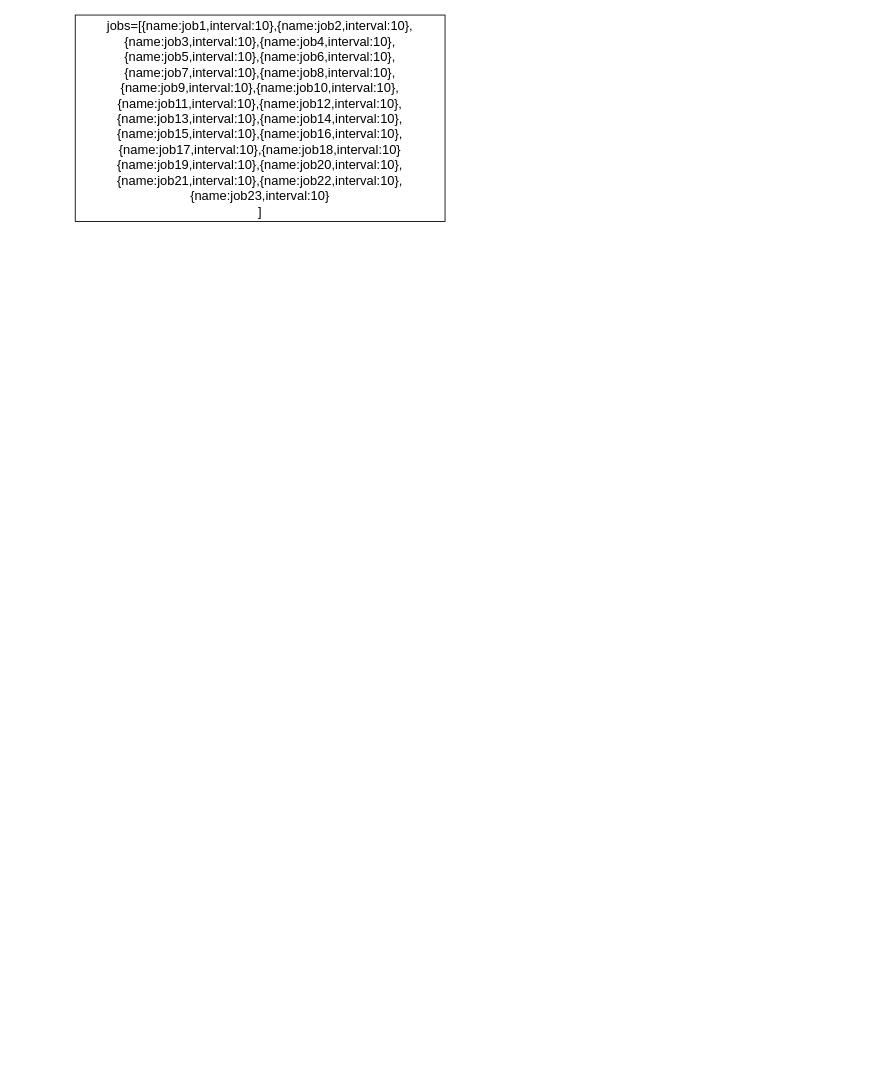
Before: diagram_work_schesuler.drawio in haanhtuan0147/tailieu, a draw.io diagram. Source tidied: cells renumbered, new cells numbered last; positions are measured from the earlier drawing's top-left corner, leaving out a move shared by most shapes. Both pictures are drawn from the tidied source at 86%, with x=0, y=0 at pixel (75, 15).
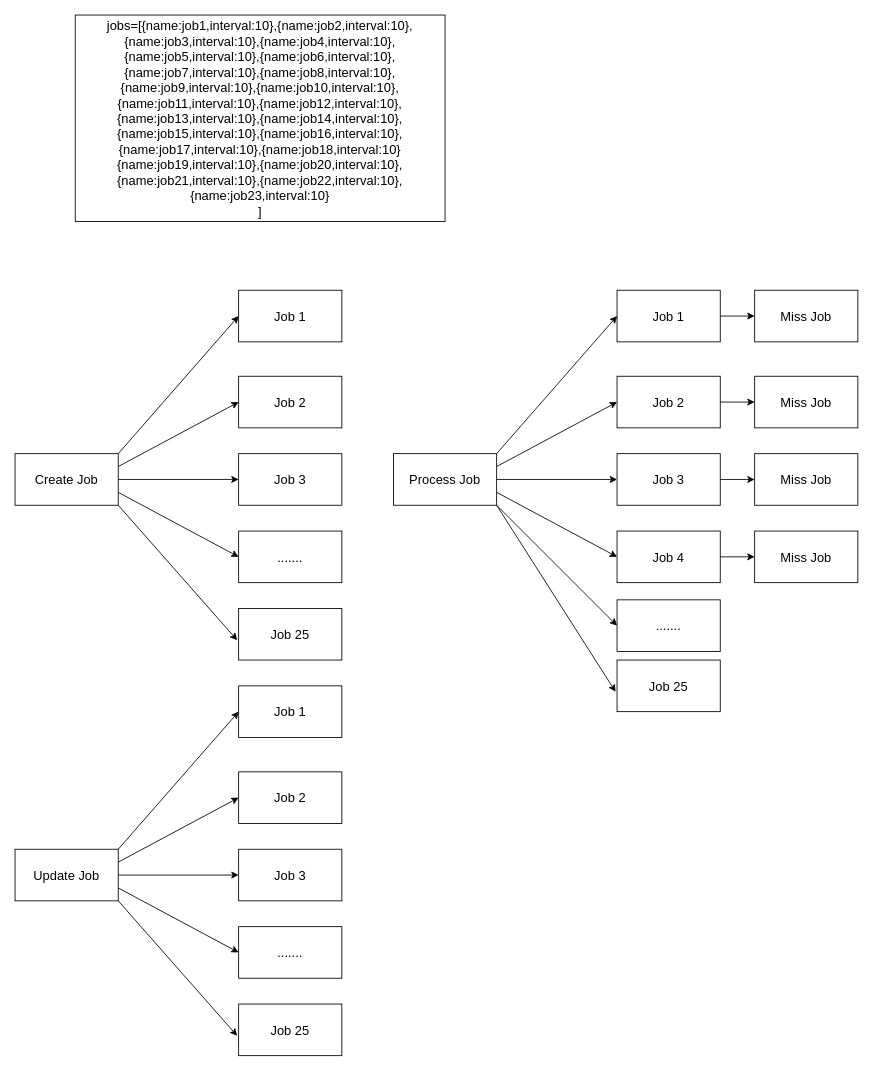
The same page after the edit.

The edit, as a diff of the source:
```diff
@@
+    <mxCell id="3" value="Create Job" style="rounded=0;whiteSpace=wrap;html=1;fontSize=15;" parent="1" vertex="1">
+      <mxGeometry x="-70" y="510" width="120" height="60" as="geometry" />
+    </mxCell>
+    <mxCell id="4" value="Job 1" style="rounded=0;whiteSpace=wrap;html=1;fontSize=15;" parent="1" vertex="1">
+      <mxGeometry x="190" y="320" width="120" height="60" as="geometry" />
+    </mxCell>
+    <mxCell id="5" value="Job 2" style="rounded=0;whiteSpace=wrap;html=1;fontSize=15;" parent="1" vertex="1">
+      <mxGeometry x="190" y="420" width="120" height="60" as="geometry" />
+    </mxCell>
+    <mxCell id="6" value="Job 3" style="rounded=0;whiteSpace=wrap;html=1;fontSize=15;" parent="1" vertex="1">
+      <mxGeometry x="190" y="510" width="120" height="60" as="geometry" />
+    </mxCell>
+    <mxCell id="7" value="......." style="rounded=0;whiteSpace=wrap;html=1;fontSize=15;" parent="1" vertex="1">
+      <mxGeometry x="190" y="600" width="120" height="60" as="geometry" />
+    </mxCell>
+    <mxCell id="8" value="Job 25" style="rounded=0;whiteSpace=wrap;html=1;fontSize=15;" parent="1" vertex="1">
+      <mxGeometry x="190" y="690" width="120" height="60" as="geometry" />
+    </mxCell>
+    <mxCell id="9" style="endArrow=classic;html=1;rounded=0;fontSize=15;exitX=1;exitY=0;exitDx=0;exitDy=0;entryX=0;entryY=0.5;entryDx=0;entryDy=0;" parent="1" edge="1" source="3" target="4">
+      <mxGeometry relative="1" as="geometry" />
+    </mxCell>
+    <mxCell id="10" style="endArrow=classic;html=1;rounded=0;fontSize=15;exitX=1;exitY=0.25;exitDx=0;exitDy=0;entryX=0;entryY=0.5;entryDx=0;entryDy=0;" parent="1" edge="1" source="3" target="5">
+      <mxGeometry relative="1" as="geometry" />
+    </mxCell>
+    <mxCell id="11" style="endArrow=classic;html=1;rounded=0;fontSize=15;exitX=1;exitY=0.5;exitDx=0;exitDy=0;entryX=0;entryY=0.5;entryDx=0;entryDy=0;" parent="1" edge="1" source="3" target="6">
+      <mxGeometry relative="1" as="geometry" />
+    </mxCell>
+    <mxCell id="12" style="endArrow=classic;html=1;rounded=0;fontSize=15;exitX=1;exitY=0.75;exitDx=0;exitDy=0;entryX=0;entryY=0.5;entryDx=0;entryDy=0;" parent="1" edge="1" source="3" target="7">
+      <mxGeometry relative="1" as="geometry" />
+    </mxCell>
+    <mxCell id="13" style="endArrow=classic;html=1;rounded=0;fontSize=15;exitX=1;exitY=1;exitDx=0;exitDy=0;entryX=-0.014;entryY=0.616;entryDx=0;entryDy=0;entryPerimeter=0;" parent="1" edge="1" source="3" target="8">
+      <mxGeometry relative="1" as="geometry" />
+    </mxCell>
+    <mxCell id="14" value="Process Job" style="rounded=0;whiteSpace=wrap;html=1;fontSize=15;" parent="1" vertex="1">
+      <mxGeometry x="370" y="510" width="120" height="60" as="geometry" />
+    </mxCell>
+    <mxCell id="15" style="edgeStyle=orthogonalEdgeStyle;rounded=0;jettySize=auto;html=1;fontSize=15;" parent="1" edge="1" source="16" target="29">
+      <mxGeometry relative="1" as="geometry" />
+    </mxCell>
+    <mxCell id="16" value="Job 1" style="rounded=0;whiteSpace=wrap;html=1;fontSize=15;" parent="1" vertex="1">
+      <mxGeometry x="630" y="320" width="120" height="60" as="geometry" />
+    </mxCell>
+    <mxCell id="17" style="edgeStyle=orthogonalEdgeStyle;rounded=0;jettySize=auto;html=1;fontSize=15;" parent="1" edge="1" source="18" target="30">
+      <mxGeometry relative="1" as="geometry" />
+    </mxCell>
+    <mxCell id="18" value="Job 2" style="rounded=0;whiteSpace=wrap;html=1;fontSize=15;" parent="1" vertex="1">
+      <mxGeometry x="630" y="420" width="120" height="60" as="geometry" />
+    </mxCell>
+    <mxCell id="19" style="edgeStyle=orthogonalEdgeStyle;rounded=0;jettySize=auto;html=1;fontSize=15;" parent="1" edge="1" source="20" target="31">
+      <mxGeometry relative="1" as="geometry" />
+    </mxCell>
+    <mxCell id="20" value="Job 3" style="rounded=0;whiteSpace=wrap;html=1;fontSize=15;" parent="1" vertex="1">
+      <mxGeometry x="630" y="510" width="120" height="60" as="geometry" />
+    </mxCell>
+    <mxCell id="21" value="Job 25" style="rounded=0;whiteSpace=wrap;html=1;fontSize=15;" parent="1" vertex="1">
+      <mxGeometry x="630" y="750" width="120" height="60" as="geometry" />
+    </mxCell>
+    <mxCell id="22" style="endArrow=classic;html=1;rounded=0;fontSize=15;exitX=1;exitY=0;exitDx=0;exitDy=0;entryX=0;entryY=0.5;entryDx=0;entryDy=0;" parent="1" edge="1" source="14" target="16">
+      <mxGeometry relative="1" as="geometry" />
+    </mxCell>
+    <mxCell id="23" style="endArrow=classic;html=1;rounded=0;fontSize=15;exitX=1;exitY=0.25;exitDx=0;exitDy=0;entryX=0;entryY=0.5;entryDx=0;entryDy=0;" parent="1" edge="1" source="14" target="18">
+      <mxGeometry relative="1" as="geometry" />
+    </mxCell>
+    <mxCell id="24" style="endArrow=classic;html=1;rounded=0;fontSize=15;exitX=1;exitY=0.5;exitDx=0;exitDy=0;entryX=0;entryY=0.5;entryDx=0;entryDy=0;" parent="1" edge="1" source="14" target="20">
+      <mxGeometry relative="1" as="geometry" />
+    </mxCell>
+    <mxCell id="25" style="endArrow=classic;html=1;rounded=0;fontSize=15;exitX=1;exitY=0.75;exitDx=0;exitDy=0;entryX=0;entryY=0.5;entryDx=0;entryDy=0;" parent="1" edge="1" source="14">
+      <mxGeometry relative="1" as="geometry">
+        <mxPoint x="630" y="630" as="targetPoint" />
+      </mxGeometry>
+    </mxCell>
+    <mxCell id="26" style="endArrow=classic;html=1;rounded=0;fontSize=15;exitX=1;exitY=1;exitDx=0;exitDy=0;entryX=-0.014;entryY=0.616;entryDx=0;entryDy=0;entryPerimeter=0;" parent="1" edge="1" source="14" target="21">
+      <mxGeometry relative="1" as="geometry" />
+    </mxCell>
+    <mxCell id="27" style="edgeStyle=orthogonalEdgeStyle;rounded=0;jettySize=auto;html=1;fontSize=15;" parent="1" edge="1" source="28" target="32">
+      <mxGeometry relative="1" as="geometry" />
+    </mxCell>
+    <mxCell id="28" value="Job 4" style="rounded=0;whiteSpace=wrap;html=1;fontSize=15;" parent="1" vertex="1">
+      <mxGeometry x="630" y="600" width="120" height="60" as="geometry" />
+    </mxCell>
+    <mxCell id="29" value="Miss Job" style="rounded=0;whiteSpace=wrap;html=1;fontSize=15;" parent="1" vertex="1">
+      <mxGeometry x="790" y="320" width="120" height="60" as="geometry" />
+    </mxCell>
+    <mxCell id="30" value="Miss Job" style="rounded=0;whiteSpace=wrap;html=1;fontSize=15;" parent="1" vertex="1">
+      <mxGeometry x="790" y="420" width="120" height="60" as="geometry" />
+    </mxCell>
+    <mxCell id="31" value="Miss Job" style="rounded=0;whiteSpace=wrap;html=1;fontSize=15;" parent="1" vertex="1">
+      <mxGeometry x="790" y="510" width="120" height="60" as="geometry" />
+    </mxCell>
+    <mxCell id="32" value="Miss Job" style="rounded=0;whiteSpace=wrap;html=1;fontSize=15;" parent="1" vertex="1">
+      <mxGeometry x="790" y="600" width="120" height="60" as="geometry" />
+    </mxCell>
+    <mxCell id="33" value="......." style="rounded=0;whiteSpace=wrap;html=1;fontSize=15;" parent="1" vertex="1">
+      <mxGeometry x="630" y="680" width="120" height="60" as="geometry" />
+    </mxCell>
+    <mxCell id="34" style="endArrow=classic;html=1;rounded=0;fontSize=15;exitX=1;exitY=1;exitDx=0;exitDy=0;entryX=0;entryY=0.5;entryDx=0;entryDy=0;" parent="1" edge="1" source="14" target="33">
+      <mxGeometry relative="1" as="geometry" />
+    </mxCell>
+    <mxCell id="35" value="Update Job" style="rounded=0;whiteSpace=wrap;html=1;fontSize=15;" parent="1" vertex="1">
+      <mxGeometry x="-70" y="970" width="120" height="60" as="geometry" />
+    </mxCell>
+    <mxCell id="36" value="Job 1" style="rounded=0;whiteSpace=wrap;html=1;fontSize=15;" parent="1" vertex="1">
+      <mxGeometry x="190" y="780" width="120" height="60" as="geometry" />
+    </mxCell>
+    <mxCell id="37" value="Job 2" style="rounded=0;whiteSpace=wrap;html=1;fontSize=15;" parent="1" vertex="1">
+      <mxGeometry x="190" y="880" width="120" height="60" as="geometry" />
+    </mxCell>
+    <mxCell id="38" value="Job 3" style="rounded=0;whiteSpace=wrap;html=1;fontSize=15;" parent="1" vertex="1">
+      <mxGeometry x="190" y="970" width="120" height="60" as="geometry" />
+    </mxCell>
+    <mxCell id="39" value="......." style="rounded=0;whiteSpace=wrap;html=1;fontSize=15;" parent="1" vertex="1">
+      <mxGeometry x="190" y="1060" width="120" height="60" as="geometry" />
+    </mxCell>
+    <mxCell id="40" value="Job 25" style="rounded=0;whiteSpace=wrap;html=1;fontSize=15;" parent="1" vertex="1">
+      <mxGeometry x="190" y="1150" width="120" height="60" as="geometry" />
+    </mxCell>
+    <mxCell id="41" style="endArrow=classic;html=1;rounded=0;fontSize=15;exitX=1;exitY=0;exitDx=0;exitDy=0;entryX=0;entryY=0.5;entryDx=0;entryDy=0;" parent="1" edge="1" source="35" target="36">
+      <mxGeometry relative="1" as="geometry" />
+    </mxCell>
+    <mxCell id="42" style="endArrow=classic;html=1;rounded=0;fontSize=15;exitX=1;exitY=0.25;exitDx=0;exitDy=0;entryX=0;entryY=0.5;entryDx=0;entryDy=0;" parent="1" edge="1" source="35" target="37">
+      <mxGeometry relative="1" as="geometry" />
+    </mxCell>
+    <mxCell id="43" style="endArrow=classic;html=1;rounded=0;fontSize=15;exitX=1;exitY=0.5;exitDx=0;exitDy=0;entryX=0;entryY=0.5;entryDx=0;entryDy=0;" parent="1" edge="1" source="35" target="38">
+      <mxGeometry relative="1" as="geometry" />
+    </mxCell>
+    <mxCell id="44" style="endArrow=classic;html=1;rounded=0;fontSize=15;exitX=1;exitY=0.75;exitDx=0;exitDy=0;entryX=0;entryY=0.5;entryDx=0;entryDy=0;" parent="1" edge="1" source="35" target="39">
+      <mxGeometry relative="1" as="geometry" />
+    </mxCell>
+    <mxCell id="45" style="endArrow=classic;html=1;rounded=0;fontSize=15;exitX=1;exitY=1;exitDx=0;exitDy=0;entryX=-0.014;entryY=0.616;entryDx=0;entryDy=0;entryPerimeter=0;" parent="1" edge="1" source="35" target="40">
+      <mxGeometry relative="1" as="geometry" />
+    </mxCell>
```
